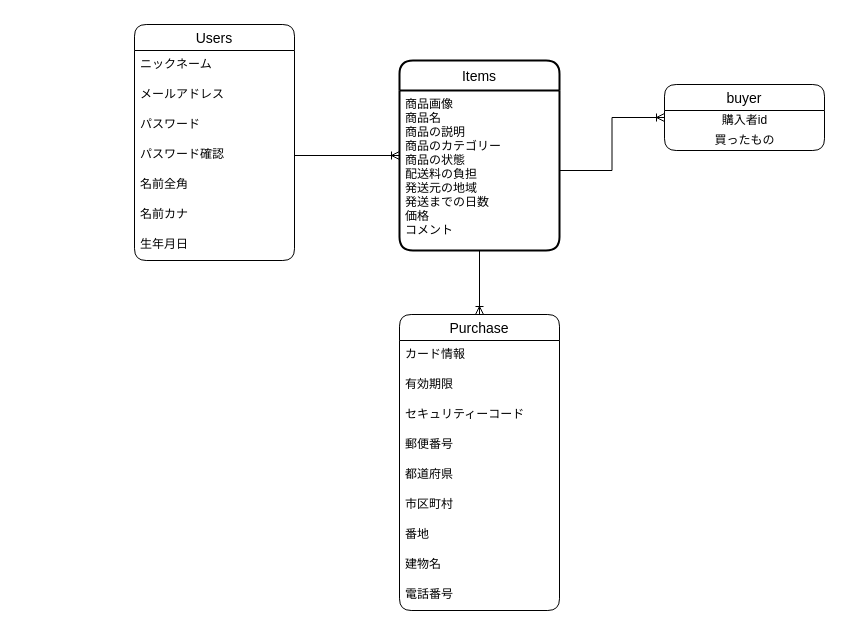
itonaga-takao/furima-34723 keeps this draw.io diagram as .dio. Above is the earlier version. Source tidied: cells renumbered, new cells numbered last; positions are measured from the earlier drawing's top-left corner, leaving out a move shared by most shapes. Both pictures are drawn from the tidied source at 100%, with x=0, y=0 at pixel (24, 24).
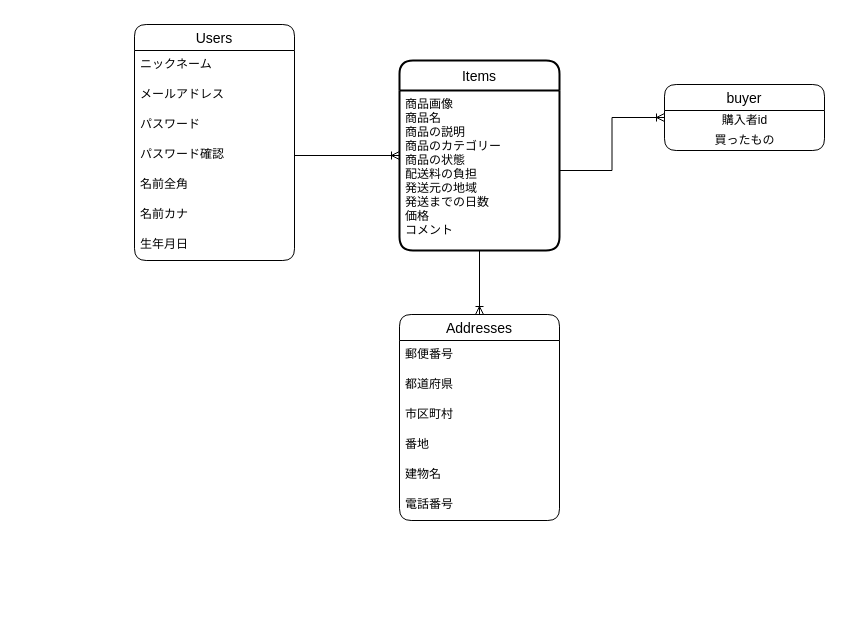
Above is the later version.

Change to the diagram source:
```diff
@@
-    <mxCell id="6" value="Purchase" style="swimlane;fontStyle=0;horizontal=1;startSize=26;align=center;fontSize=14;rounded=1;" parent="1" vertex="1">
-      <mxGeometry x="375" y="290" width="160" height="296" as="geometry" />
+    <mxCell id="6" value="Addresses" style="swimlane;fontStyle=0;horizontal=1;startSize=26;align=center;fontSize=14;rounded=1;" parent="1" vertex="1">
+      <mxGeometry x="375" y="290" width="160" height="206" as="geometry" />
     </mxCell>
-    <mxCell id="7" value="カード情報" style="text;strokeColor=none;fillColor=none;spacingLeft=4;spacingRight=4;overflow=hidden;fontSize=12;rounded=1;" parent="6" vertex="1">
-      <mxGeometry y="26" width="160" height="30" as="geometry" />
-    </mxCell>
-    <mxCell id="8" value="有効期限" style="text;strokeColor=none;fillColor=none;spacingLeft=4;spacingRight=4;overflow=hidden;fontSize=12;rounded=1;" parent="6" vertex="1">
-      <mxGeometry y="56" width="160" height="30" as="geometry" />
-    </mxCell>
-    <mxCell id="9" value="セキュリティーコード" style="text;strokeColor=none;fillColor=none;spacingLeft=4;spacingRight=4;overflow=hidden;fontSize=12;rounded=1;" parent="6" vertex="1">
-      <mxGeometry y="86" width="160" height="30" as="geometry" />
-    </mxCell>
     <mxCell id="10" value="郵便番号" style="text;strokeColor=none;fillColor=none;spacingLeft=4;spacingRight=4;overflow=hidden;fontSize=12;rounded=1;" parent="6" vertex="1">
-      <mxGeometry y="116" width="160" height="30" as="geometry" />
+      <mxGeometry y="26" width="160" height="30" as="geometry" />
     </mxCell>
     <mxCell id="11" value="都道府県" style="text;strokeColor=none;fillColor=none;spacingLeft=4;spacingRight=4;overflow=hidden;fontSize=12;rounded=1;" parent="6" vertex="1">
-      <mxGeometry y="146" width="160" height="30" as="geometry" />
+      <mxGeometry y="56" width="160" height="30" as="geometry" />
     </mxCell>
     <mxCell id="12" value="市区町村" style="text;strokeColor=none;fillColor=none;spacingLeft=4;spacingRight=4;overflow=hidden;fontSize=12;rounded=1;" parent="6" vertex="1">
-      <mxGeometry y="176" width="160" height="30" as="geometry" />
+      <mxGeometry y="86" width="160" height="30" as="geometry" />
     </mxCell>
     <mxCell id="13" value="番地" style="text;strokeColor=none;fillColor=none;spacingLeft=4;spacingRight=4;overflow=hidden;fontSize=12;rounded=1;" parent="6" vertex="1">
-      <mxGeometry y="206" width="160" height="30" as="geometry" />
+      <mxGeometry y="116" width="160" height="30" as="geometry" />
     </mxCell>
     <mxCell id="14" value="建物名" style="text;strokeColor=none;fillColor=none;spacingLeft=4;spacingRight=4;overflow=hidden;fontSize=12;rounded=1;" parent="6" vertex="1">
-      <mxGeometry y="236" width="160" height="30" as="geometry" />
+      <mxGeometry y="146" width="160" height="30" as="geometry" />
     </mxCell>
     <mxCell id="15" value="電話番号" style="text;strokeColor=none;fillColor=none;spacingLeft=4;spacingRight=4;overflow=hidden;fontSize=12;rounded=1;" parent="6" vertex="1">
-      <mxGeometry y="266" width="160" height="30" as="geometry" />
+      <mxGeometry y="176" width="160" height="30" as="geometry" />
     </mxCell>
```
